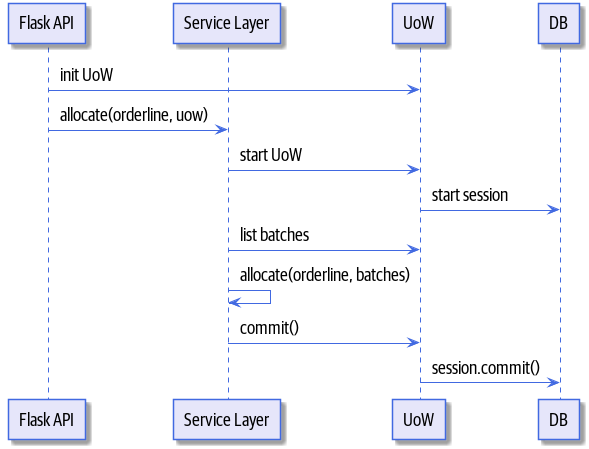
This is images/after_uow_diagram.png from cosmicpython/book, a PlantUML export, as it was before one commit.
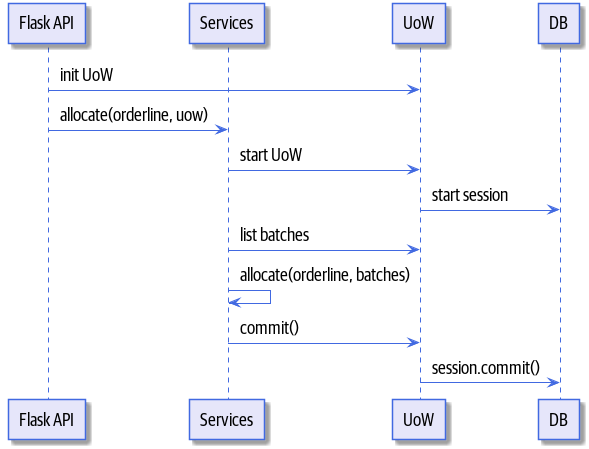
The same file after the commit.

Commit message:
conflate services and service layer

Diff of the diagram source:
```diff
@@ -50,17 +50,17 @@
 skinparam padding 4
 
 participant "Flask API" as API
-participant "Service Layer" as services
+participant Services
 participant UoW
 participant DB
 
 API -> UoW : init UoW
-API -> services : allocate(orderline, uow)
-services -> UoW : start UoW
+API -> Services : allocate(orderline, uow)
+Services -> UoW : start UoW
 UoW -> DB: start session
-services -> UoW : list batches
-services -> services: allocate(orderline, batches)
-services -> UoW: commit()
+Services -> UoW : list batches
+Services -> Services: allocate(orderline, batches)
+Services -> UoW: commit()
 UoW -> DB: session.commit()
 
 @enduml
```
